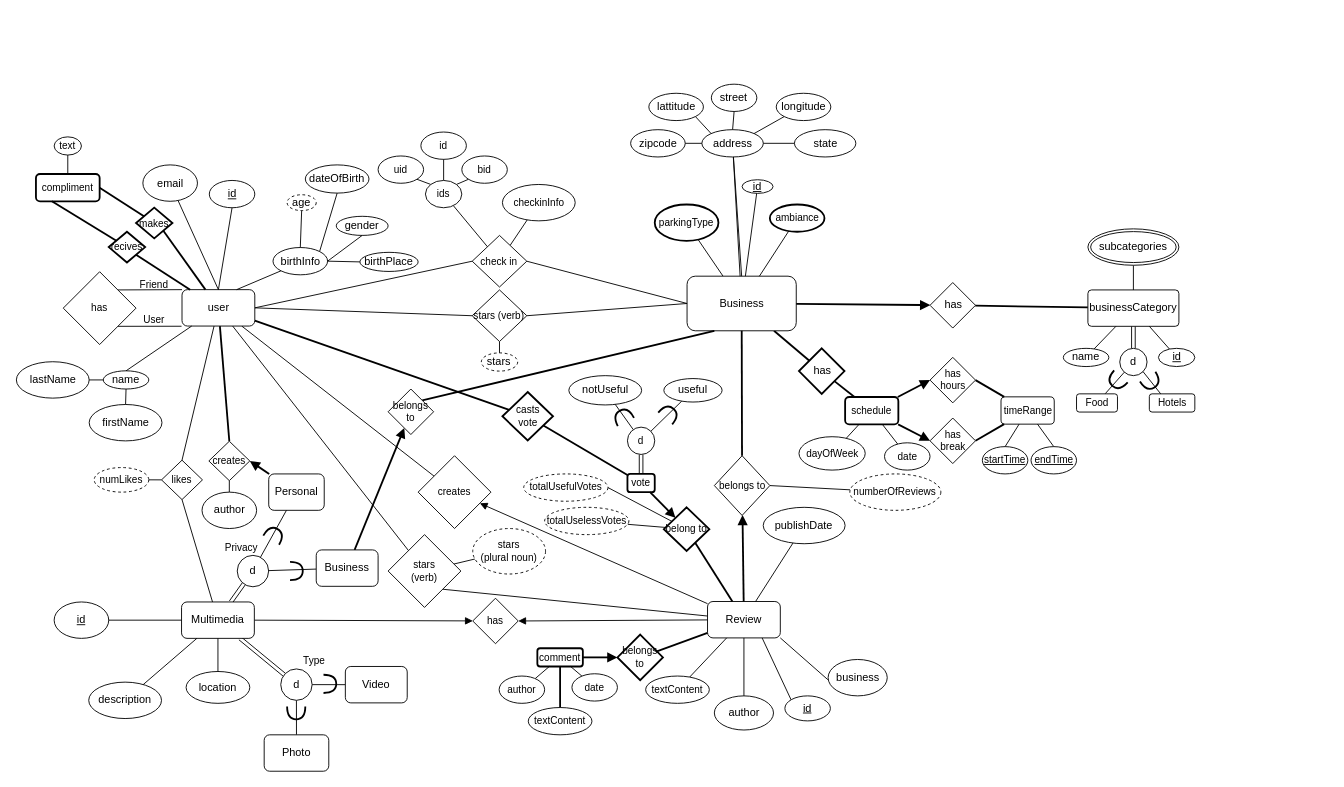
Luceium/CS157A keeps this draw.io diagram as ERdiagram.drawio. Above is the earlier version. Source tidied: cells renumbered, new cells numbered last; positions are measured from the earlier drawing's top-left corner, leaving out a move shared by most shapes. Both pictures are drawn from the tidied source at 91%, with x=0, y=0 at pixel (15, 84).
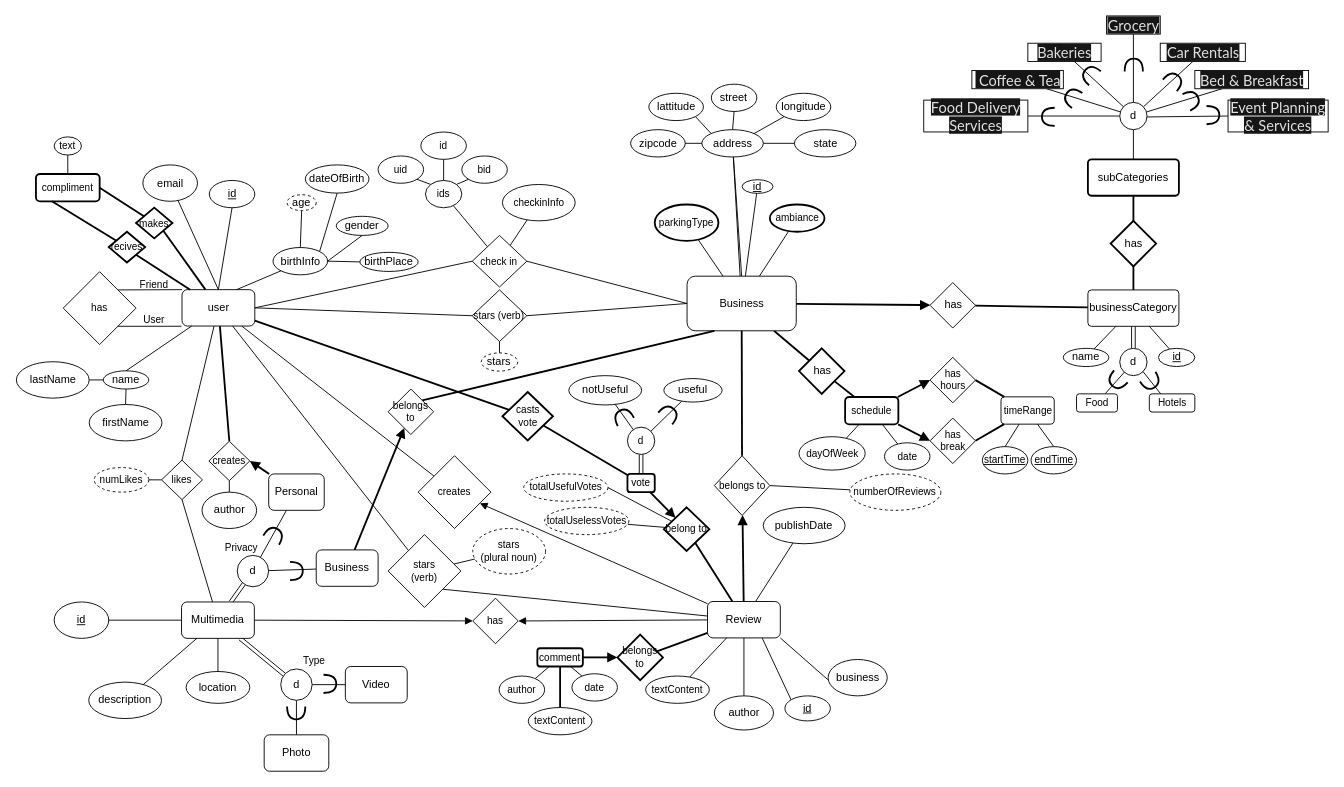
The same diagram, later.

The change refers to these unchanged cells:
```xml
<mxCell id="80" value="businessCategory" style="rounded=1;arcSize=10;whiteSpace=wrap;html=1;align=center;" parent="1" vertex="1">
  <mxGeometry x="1178" y="226.1" width="100" height="40" as="geometry" />
</mxCell>
```

The edit, as a diff of the source:
```diff
@@
-    <mxCell id="83" style="endArrow=none;html=1;" parent="1" edge="1" source="80" target="84">
+    <mxCell id="83" style="endArrow=none;html=1;strokeWidth=2;" parent="1" edge="1" source="80" target="210">
       <mxGeometry relative="1" as="geometry" />
     </mxCell>
-    <mxCell id="84" value="subcategories" style="ellipse;shape=doubleEllipse;margin=3;whiteSpace=wrap;html=1;align=center;" parent="1" vertex="1">
-      <mxGeometry x="1178" y="159" width="100" height="40" as="geometry" />
-    </mxCell>
@@
+    <mxCell id="209" style="edgeStyle=none;html=1;endArrow=none;endFill=0;strokeWidth=2;" parent="1" edge="1" source="210" target="212">
+      <mxGeometry relative="1" as="geometry" />
+    </mxCell>
+    <mxCell id="210" value="has" style="shape=rhombus;html=1;dashed=0;whitespace=wrap;perimeter=rhombusPerimeter;strokeWidth=2;" parent="1" vertex="1">
+      <mxGeometry x="1203" y="150.2" width="50" height="50" as="geometry" />
+    </mxCell>
+    <mxCell id="211" style="edgeStyle=none;html=1;endArrow=none;endFill=0;" parent="1" edge="1" source="212" target="218">
+      <mxGeometry relative="1" as="geometry" />
+    </mxCell>
+    <mxCell id="212" value="subCategories" style="rounded=1;arcSize=10;whiteSpace=wrap;html=1;align=center;strokeWidth=2;" parent="1" vertex="1">
+      <mxGeometry x="1178" y="82.6" width="100" height="40" as="geometry" />
+    </mxCell>
+    <mxCell id="213" style="edgeStyle=none;html=1;endArrow=none;endFill=0;" parent="1" edge="1" source="218" target="225">
+      <mxGeometry relative="1" as="geometry" />
+    </mxCell>
+    <mxCell id="214" style="edgeStyle=none;html=1;endArrow=none;endFill=0;" parent="1" edge="1" source="218" target="227">
+      <mxGeometry relative="1" as="geometry" />
+    </mxCell>
+    <mxCell id="215" style="edgeStyle=none;html=1;endArrow=none;endFill=0;" parent="1" edge="1" source="218" target="226">
+      <mxGeometry relative="1" as="geometry" />
+    </mxCell>
+    <mxCell id="216" style="edgeStyle=none;html=1;endArrow=none;endFill=0;" parent="1" edge="1" source="218" target="223">
+      <mxGeometry relative="1" as="geometry" />
+    </mxCell>
+    <mxCell id="217" style="edgeStyle=none;html=1;endArrow=none;endFill=0;" parent="1" edge="1" source="218" target="224">
+      <mxGeometry relative="1" as="geometry" />
+    </mxCell>
+    <mxCell id="218" value="d" style="ellipse;whiteSpace=wrap;html=1;rounded=1;arcSize=10;" parent="1" vertex="1">
+      <mxGeometry x="1213" y="20" width="30" height="30" as="geometry" />
+    </mxCell>
+    <mxCell id="219" style="edgeStyle=none;html=1;endArrow=none;endFill=0;" parent="1" edge="1" source="222" target="218">
+      <mxGeometry relative="1" as="geometry" />
+    </mxCell>
+    <mxCell id="220" style="edgeStyle=none;html=1;endArrow=none;endFill=0;" parent="1" edge="1" source="221" target="218">
+      <mxGeometry relative="1" as="geometry" />
+    </mxCell>
+    <mxCell id="221" value="&lt;span style=&quot;color: rgb(226, 226, 226); font-family: &amp;quot;Lato Extended&amp;quot;, Lato, &amp;quot;Helvetica Neue&amp;quot;, Helvetica, Arial, sans-serif; font-size: 16px; text-align: left; background-color: rgb(22, 22, 22);&quot;&gt;Grocery&lt;/span&gt;" style="whiteSpace=wrap;html=1;" parent="1" vertex="1">
+      <mxGeometry x="1198.5" y="-75" width="59" height="20" as="geometry" />
+    </mxCell>
+    <mxCell id="222" value="&lt;span style=&quot;color: rgb(226, 226, 226); font-family: &amp;quot;Lato Extended&amp;quot;, Lato, &amp;quot;Helvetica Neue&amp;quot;, Helvetica, Arial, sans-serif; font-size: 16px; text-align: left; background-color: rgb(22, 22, 22);&quot;&gt;Bakeries&lt;/span&gt;" style="whiteSpace=wrap;html=1;" parent="1" vertex="1">
+      <mxGeometry x="1112" y="-45" width="80.5" height="20" as="geometry" />
+    </mxCell>
+    <mxCell id="223" value="&lt;span style=&quot;color: rgb(226, 226, 226); font-family: &amp;quot;Lato Extended&amp;quot;, Lato, &amp;quot;Helvetica Neue&amp;quot;, Helvetica, Arial, sans-serif; font-size: 16px; text-align: left; background-color: rgb(22, 22, 22);&quot;&gt;&amp;nbsp;Coffee &amp;amp; Tea&lt;/span&gt;" style="whiteSpace=wrap;html=1;" parent="1" vertex="1">
+      <mxGeometry x="1050.5" y="-15" width="100.5" height="20" as="geometry" />
+    </mxCell>
+    <mxCell id="224" value="&lt;span style=&quot;color: rgb(226, 226, 226); font-family: &amp;quot;Lato Extended&amp;quot;, Lato, &amp;quot;Helvetica Neue&amp;quot;, Helvetica, Arial, sans-serif; font-size: 16px; text-align: left; background-color: rgb(22, 22, 22);&quot;&gt;Food Delivery Services&lt;/span&gt;" style="whiteSpace=wrap;html=1;" parent="1" vertex="1">
+      <mxGeometry x="997.6" y="17.5" width="114.4" height="35" as="geometry" />
+    </mxCell>
+    <mxCell id="225" value="&lt;span style=&quot;color: rgb(226, 226, 226); font-family: &amp;quot;Lato Extended&amp;quot;, Lato, &amp;quot;Helvetica Neue&amp;quot;, Helvetica, Arial, sans-serif; font-size: 16px; text-align: left; background-color: rgb(22, 22, 22);&quot;&gt;Car Rentals&lt;/span&gt;" style="whiteSpace=wrap;html=1;" parent="1" vertex="1">
+      <mxGeometry x="1257.5" y="-45" width="93.5" height="20" as="geometry" />
+    </mxCell>
+    <mxCell id="226" value="&lt;span style=&quot;color: rgb(226, 226, 226); font-family: &amp;quot;Lato Extended&amp;quot;, Lato, &amp;quot;Helvetica Neue&amp;quot;, Helvetica, Arial, sans-serif; font-size: 16px; text-align: left; background-color: rgb(22, 22, 22);&quot;&gt;Event Planning &amp;amp; Services&lt;/span&gt;" style="whiteSpace=wrap;html=1;" parent="1" vertex="1">
+      <mxGeometry x="1332" y="17.5" width="110" height="35" as="geometry" />
+    </mxCell>
+    <mxCell id="227" value="&lt;span style=&quot;color: rgb(226, 226, 226); font-family: &amp;quot;Lato Extended&amp;quot;, Lato, &amp;quot;Helvetica Neue&amp;quot;, Helvetica, Arial, sans-serif; font-size: 16px; text-align: left; background-color: rgb(22, 22, 22);&quot;&gt;Bed &amp;amp; Breakfast&lt;/span&gt;" style="whiteSpace=wrap;html=1;" parent="1" vertex="1">
+      <mxGeometry x="1295.5" y="-15" width="125" height="20" as="geometry" />
+    </mxCell>
+    <mxCell id="228" style="shape=requiredInterface;html=1;verticalLabelPosition=bottom;sketch=0;strokeWidth=2;fontFamily=Helvetica;fontSize=11;fontColor=default;rotation=-90;" parent="1" vertex="1">
+      <mxGeometry x="1221.4" y="-31" width="14" height="20" as="geometry" />
+    </mxCell>
+    <mxCell id="229" style="shape=requiredInterface;html=1;verticalLabelPosition=bottom;sketch=0;strokeWidth=2;fontFamily=Helvetica;fontSize=11;fontColor=default;rotation=-50;" parent="1" vertex="1">
+      <mxGeometry x="1265.5" y="-14" width="14" height="20" as="geometry" />
+    </mxCell>
+    <mxCell id="230" style="shape=requiredInterface;html=1;verticalLabelPosition=bottom;sketch=0;strokeWidth=2;fontFamily=Helvetica;fontSize=11;fontColor=default;rotation=-25;" parent="1" vertex="1">
+      <mxGeometry x="1285.5" y="7" width="14" height="20" as="geometry" />
+    </mxCell>
+    <mxCell id="231" style="shape=requiredInterface;html=1;verticalLabelPosition=bottom;sketch=0;strokeWidth=2;fontFamily=Helvetica;fontSize=11;fontColor=default;rotation=-140;" parent="1" vertex="1">
+      <mxGeometry x="1173.4" y="-21" width="14" height="20" as="geometry" />
+    </mxCell>
+    <mxCell id="232" style="shape=requiredInterface;html=1;verticalLabelPosition=bottom;sketch=0;strokeWidth=2;fontFamily=Helvetica;fontSize=11;fontColor=default;rotation=-145;" parent="1" vertex="1">
+      <mxGeometry x="1153.5" y="4" width="14" height="20" as="geometry" />
+    </mxCell>
+    <mxCell id="233" style="shape=requiredInterface;html=1;verticalLabelPosition=bottom;sketch=0;strokeWidth=2;fontFamily=Helvetica;fontSize=11;fontColor=default;rotation=-180;" parent="1" vertex="1">
+      <mxGeometry x="1127.5" y="25.9" width="14" height="20" as="geometry" />
+    </mxCell>
+    <mxCell id="234" style="shape=requiredInterface;html=1;verticalLabelPosition=bottom;sketch=0;strokeWidth=2;fontFamily=Helvetica;fontSize=11;fontColor=default;rotation=0;" parent="1" vertex="1">
+      <mxGeometry x="1308.4" y="24" width="14" height="20" as="geometry" />
+    </mxCell>
```
